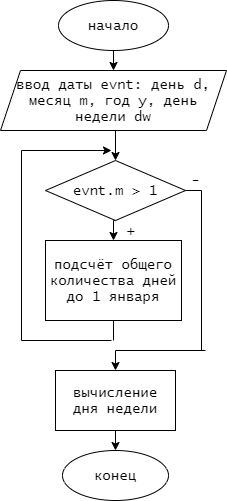
Above: лр8/укруп бл.png in Aprokun/- (draw.io), before the change. Source tidied: cells renumbered, new cells last; positions are measured from the earlier drawing's top-left corner, leaving out a move shared by most shapes.
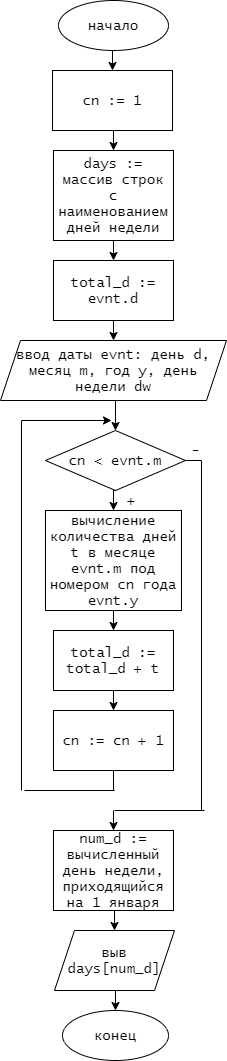
Later version of the same file.

Diff of the diagram source:
```diff
@@ -2,11 +2,11 @@
   <root>
     <mxCell id="0" />
     <mxCell id="1" parent="0" />
-    <mxCell id="2" style="edgeStyle=orthogonalEdgeStyle;rounded=0;jettySize=auto;html=1;exitX=0.5;exitY=1;exitDx=0;exitDy=0;entryX=0.5;entryY=0;entryDx=0;entryDy=0;fontFamily=Lucida Console;fontSize=14;" parent="1" edge="1" source="3" target="5">
-      <mxGeometry relative="1" as="geometry" />
-    </mxCell>
+    <mxCell id="22" style="edgeStyle=orthogonalEdgeStyle;rounded=0;jettySize=auto;html=1;exitX=0.5;exitY=1;exitDx=0;exitDy=0;entryX=0.5;entryY=0;entryDx=0;entryDy=0;fontFamily=Lucida Console;fontSize=14;" parent="1" edge="1" source="3" target="28">
+      <mxGeometry relative="1" as="geometry" />
+    </mxCell>
     <mxCell id="3" value="начало" style="ellipse;whiteSpace=wrap;html=1;fontSize=14;fontFamily=Lucida Console;" parent="1" vertex="1">
-      <mxGeometry x="58" width="110" height="50" as="geometry" />
+      <mxGeometry x="58" y="-270" width="110" height="50" as="geometry" />
     </mxCell>
     <mxCell id="4" style="edgeStyle=orthogonalEdgeStyle;rounded=0;jettySize=auto;html=1;exitX=0.5;exitY=1;exitDx=0;exitDy=0;entryX=0.5;entryY=0;entryDx=0;entryDy=0;fontFamily=Lucida Console;fontSize=14;" parent="1" edge="1" source="5" target="7">
       <mxGeometry relative="1" as="geometry" />
@@ -17,28 +17,25 @@
     <mxCell id="6" style="edgeStyle=orthogonalEdgeStyle;rounded=0;jettySize=auto;html=1;exitX=0.5;exitY=1;exitDx=0;exitDy=0;entryX=0.5;entryY=0;entryDx=0;entryDy=0;fontFamily=Lucida Console;fontSize=14;" parent="1" edge="1" source="7" target="8">
       <mxGeometry relative="1" as="geometry" />
     </mxCell>
-    <mxCell id="7" value="evnt.m &amp;gt; 1" style="rhombus;whiteSpace=wrap;html=1;fontFamily=Lucida Console;fontSize=14;" parent="1" vertex="1">
+    <mxCell id="7" value="cn &amp;lt; evnt.m" style="rhombus;whiteSpace=wrap;html=1;fontFamily=Lucida Console;fontSize=14;" parent="1" vertex="1">
       <mxGeometry x="45" y="160" width="140" height="60" as="geometry" />
     </mxCell>
+    <mxCell id="23" style="edgeStyle=orthogonalEdgeStyle;rounded=0;jettySize=auto;html=1;exitX=0.5;exitY=1;exitDx=0;exitDy=0;entryX=0.5;entryY=0;entryDx=0;entryDy=0;fontFamily=Lucida Console;fontSize=14;" parent="1" edge="1" source="8" target="30">
+      <mxGeometry relative="1" as="geometry" />
+    </mxCell>
-    <mxCell id="8" value="подсчёт общего количества дней до 1 января" style="rounded=0;whiteSpace=wrap;html=1;fontFamily=Lucida Console;fontSize=14;" parent="1" vertex="1">
-      <mxGeometry x="45" y="240" width="136" height="80" as="geometry" />
+    <mxCell id="8" value="вычисление количества дней t в месяце evnt.m под номером cn года evnt.y" style="rounded=0;whiteSpace=wrap;html=1;fontFamily=Lucida Console;fontSize=14;" parent="1" vertex="1">
+      <mxGeometry x="45" y="240" width="136" height="100" as="geometry" />
     </mxCell>
-    <mxCell id="9" style="endArrow=none;html=1;fontFamily=Lucida Console;fontSize=14;" parent="1" edge="1">
-      <mxGeometry relative="1" as="geometry">
-        <mxPoint x="113" y="340" as="sourcePoint" />
-        <mxPoint x="113" y="320" as="targetPoint" />
-      </mxGeometry>
-    </mxCell>
     <mxCell id="10" style="endArrow=none;html=1;fontFamily=Lucida Console;fontSize=14;" parent="1" edge="1">
       <mxGeometry relative="1" as="geometry">
-        <mxPoint x="21" y="340" as="sourcePoint" />
-        <mxPoint x="111" y="340" as="targetPoint" />
+        <mxPoint x="24" y="520" as="sourcePoint" />
+        <mxPoint x="114" y="520" as="targetPoint" />
       </mxGeometry>
     </mxCell>
     <mxCell id="11" style="endArrow=none;html=1;fontFamily=Lucida Console;fontSize=14;" parent="1" edge="1">
       <mxGeometry relative="1" as="geometry">
         <mxPoint x="21" y="150" as="sourcePoint" />
-        <mxPoint x="21" y="340" as="targetPoint" />
+        <mxPoint x="21" y="520" as="targetPoint" />
       </mxGeometry>
     </mxCell>
     <mxCell id="12" style="endArrow=classic;html=1;fontFamily=Lucida Console;fontSize=14;" parent="1" edge="1">
@@ -47,27 +44,27 @@
         <mxPoint x="111" y="150" as="targetPoint" />
       </mxGeometry>
     </mxCell>
-    <mxCell id="13" style="edgeStyle=orthogonalEdgeStyle;rounded=0;jettySize=auto;html=1;exitX=0.5;exitY=1;exitDx=0;exitDy=0;entryX=0.5;entryY=0;entryDx=0;entryDy=0;fontFamily=Lucida Console;fontSize=14;" parent="1" edge="1" source="14" target="19">
-      <mxGeometry relative="1" as="geometry" />
-    </mxCell>
+    <mxCell id="24" style="edgeStyle=orthogonalEdgeStyle;rounded=0;jettySize=auto;html=1;exitX=0.5;exitY=1;exitDx=0;exitDy=0;entryX=0.5;entryY=0;entryDx=0;entryDy=0;fontFamily=Lucida Console;fontSize=14;" parent="1" edge="1" source="14" target="32">
+      <mxGeometry relative="1" as="geometry" />
+    </mxCell>
-    <mxCell id="14" value="вычисление дня недели" style="rounded=0;whiteSpace=wrap;html=1;fontFamily=Lucida Console;fontSize=14;" parent="1" vertex="1">
-      <mxGeometry x="55" y="370" width="120" height="60" as="geometry" />
+    <mxCell id="14" value="num_d := вычисленный день недели, приходящийся на 1 января" style="rounded=0;whiteSpace=wrap;html=1;fontFamily=Lucida Console;fontSize=14;" parent="1" vertex="1">
+      <mxGeometry x="53" y="560" width="120" height="80" as="geometry" />
     </mxCell>
     <mxCell id="15" style="endArrow=none;html=1;fontFamily=Lucida Console;fontSize=14;" parent="1" edge="1">
       <mxGeometry relative="1" as="geometry">
-        <mxPoint x="115" y="350" as="sourcePoint" />
-        <mxPoint x="205" y="350" as="targetPoint" />
+        <mxPoint x="114" y="540" as="sourcePoint" />
+        <mxPoint x="204" y="540" as="targetPoint" />
       </mxGeometry>
     </mxCell>
     <mxCell id="16" style="endArrow=classic;html=1;fontFamily=Lucida Console;fontSize=14;entryX=0.5;entryY=0;entryDx=0;entryDy=0;" parent="1" edge="1" target="14">
       <mxGeometry relative="1" as="geometry">
-        <mxPoint x="115" y="350" as="sourcePoint" />
+        <mxPoint x="113" y="540" as="sourcePoint" />
       </mxGeometry>
     </mxCell>
     <mxCell id="17" style="endArrow=none;html=1;fontFamily=Lucida Console;fontSize=14;" parent="1" edge="1">
       <mxGeometry relative="1" as="geometry">
         <mxPoint x="201" y="190" as="sourcePoint" />
-        <mxPoint x="201" y="350" as="targetPoint" />
+        <mxPoint x="201" y="540" as="targetPoint" />
       </mxGeometry>
     </mxCell>
     <mxCell id="18" style="endArrow=none;html=1;fontFamily=Lucida Console;fontSize=14;entryX=1;entryY=0.5;entryDx=0;entryDy=0;" parent="1" edge="1" target="7">
@@ -76,7 +73,7 @@
       </mxGeometry>
     </mxCell>
     <mxCell id="19" value="конец" style="ellipse;whiteSpace=wrap;html=1;fontFamily=Lucida Console;fontSize=14;" parent="1" vertex="1">
-      <mxGeometry x="62" y="450" width="106" height="50" as="geometry" />
+      <mxGeometry x="62" y="740" width="106" height="50" as="geometry" />
     </mxCell>
     <mxCell id="20" value="+" style="text;html=1;align=center;verticalAlign=middle;fontSize=14;fontFamily=Lucida Console;" parent="1" vertex="1">
       <mxGeometry x="121" y="220" width="20" height="20" as="geometry" />
@@ -84,5 +81,45 @@
     <mxCell id="21" value="-" style="text;html=1;align=center;verticalAlign=middle;fontSize=14;fontFamily=Lucida Console;" parent="1" vertex="1">
       <mxGeometry x="185" y="170" width="20" height="20" as="geometry" />
     </mxCell>
+    <mxCell id="25" value="cn := cn + 1" style="rounded=0;whiteSpace=wrap;html=1;fontFamily=Lucida Console;fontSize=14;" parent="1" vertex="1">
+      <mxGeometry x="53" y="440" width="120" height="60" as="geometry" />
+    </mxCell>
+    <mxCell id="26" style="endArrow=none;html=1;fontFamily=Lucida Console;fontSize=14;entryX=0.5;entryY=1;entryDx=0;entryDy=0;" parent="1" edge="1" target="25">
+      <mxGeometry relative="1" as="geometry">
+        <mxPoint x="113" y="520" as="sourcePoint" />
+      </mxGeometry>
+    </mxCell>
+    <mxCell id="27" style="edgeStyle=orthogonalEdgeStyle;rounded=0;jettySize=auto;html=1;exitX=0.5;exitY=1;exitDx=0;exitDy=0;entryX=0.5;entryY=0;entryDx=0;entryDy=0;fontFamily=Lucida Console;fontSize=14;" parent="1" edge="1" source="28" target="35">
+      <mxGeometry relative="1" as="geometry" />
+    </mxCell>
+    <mxCell id="28" value="cn := 1" style="rounded=0;whiteSpace=wrap;html=1;fontSize=14;fontFamily=Lucida Console;" parent="1" vertex="1">
+      <mxGeometry x="52" y="-200" width="120" height="60" as="geometry" />
+    </mxCell>
+    <mxCell id="29" style="edgeStyle=orthogonalEdgeStyle;rounded=0;jettySize=auto;html=1;exitX=0.5;exitY=1;exitDx=0;exitDy=0;entryX=0.5;entryY=0;entryDx=0;entryDy=0;fontFamily=Lucida Console;fontSize=14;" parent="1" edge="1" source="30" target="25">
+      <mxGeometry relative="1" as="geometry" />
+    </mxCell>
+    <mxCell id="30" value="total_d := total_d + t" style="rounded=0;whiteSpace=wrap;html=1;fontFamily=Lucida Console;fontSize=14;" parent="1" vertex="1">
+      <mxGeometry x="53" y="360" width="120" height="60" as="geometry" />
+    </mxCell>
+    <mxCell id="31" style="edgeStyle=orthogonalEdgeStyle;rounded=0;jettySize=auto;html=1;exitX=0.5;exitY=1;exitDx=0;exitDy=0;entryX=0.5;entryY=0;entryDx=0;entryDy=0;fontFamily=Lucida Console;fontSize=14;" parent="1" edge="1" source="32" target="19">
+      <mxGeometry relative="1" as="geometry" />
+    </mxCell>
+    <mxCell id="32" value="выв days[num_d]" style="shape=parallelogram;perimeter=parallelogramPerimeter;whiteSpace=wrap;html=1;fixedSize=1;fontFamily=Lucida Console;fontSize=14;" parent="1" vertex="1">
+      <mxGeometry x="54" y="660" width="120" height="60" as="geometry" />
+    </mxCell>
+    <mxCell id="33" style="edgeStyle=orthogonalEdgeStyle;rounded=0;jettySize=auto;html=1;exitX=0.5;exitY=1;exitDx=0;exitDy=0;entryX=0.5;entryY=0;entryDx=0;entryDy=0;fontFamily=Lucida Console;fontSize=14;" parent="1" edge="1" target="5">
+      <mxGeometry relative="1" as="geometry">
+        <mxPoint x="114" y="50" as="sourcePoint" />
+      </mxGeometry>
+    </mxCell>
+    <mxCell id="34" style="edgeStyle=orthogonalEdgeStyle;rounded=0;jettySize=auto;html=1;exitX=0.5;exitY=1;exitDx=0;exitDy=0;entryX=0.5;entryY=0;entryDx=0;entryDy=0;fontFamily=Lucida Console;fontSize=14;" parent="1" edge="1" source="35" target="36">
+      <mxGeometry relative="1" as="geometry" />
+    </mxCell>
+    <mxCell id="35" value="days := массив строк с наименованием дней недели" style="rounded=0;whiteSpace=wrap;html=1;fontFamily=Lucida Console;fontSize=14;" parent="1" vertex="1">
+      <mxGeometry x="53" y="-120" width="120" height="90" as="geometry" />
+    </mxCell>
+    <mxCell id="36" value="total_d := evnt.d" style="rounded=0;whiteSpace=wrap;html=1;fontFamily=Lucida Console;fontSize=14;" parent="1" vertex="1">
+      <mxGeometry x="53" y="-10" width="120" height="60" as="geometry" />
+    </mxCell>
   </root>
 </mxGraphModel>
```
